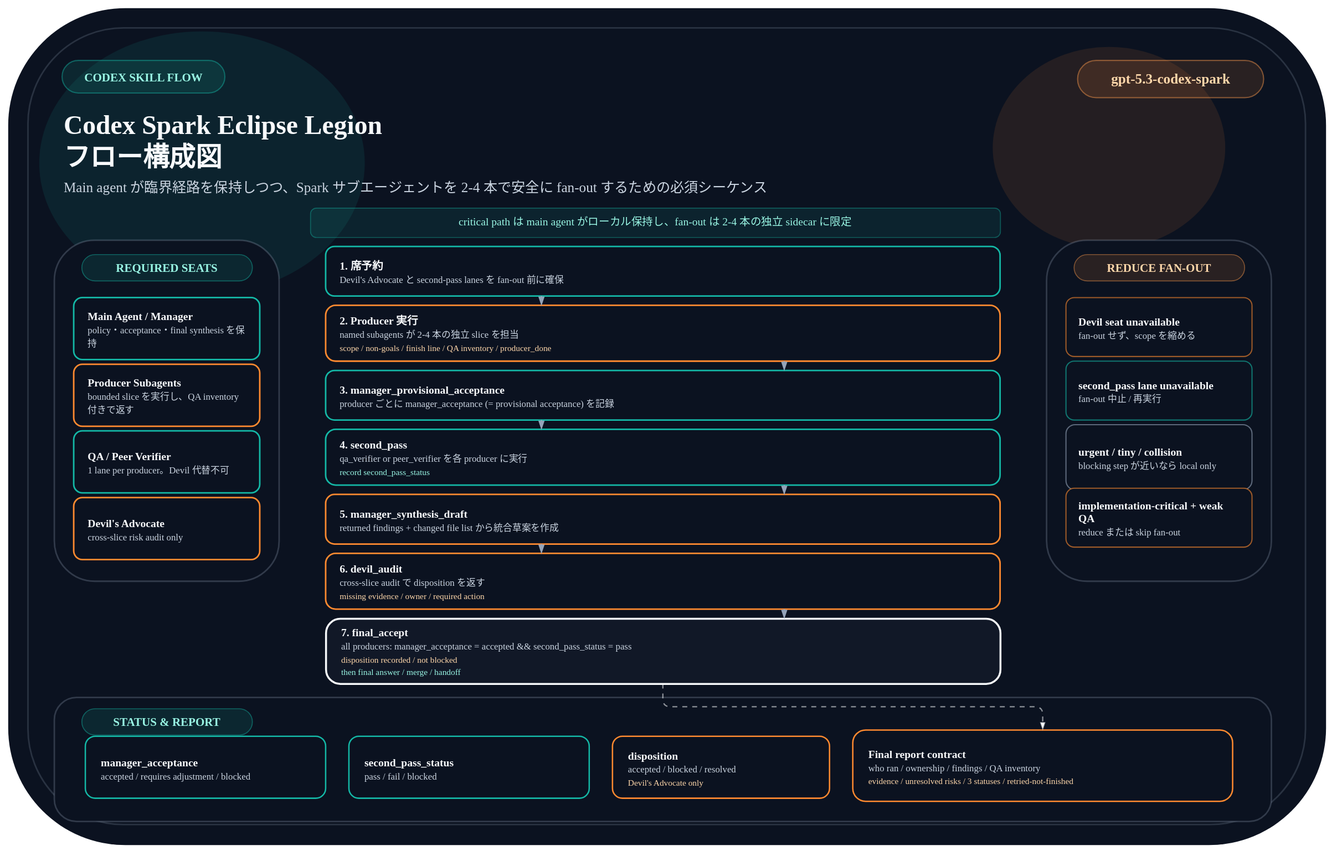
This is docs/public/legion-orchestration-flow.drawio.svg from Sunwood-ai-labs/codex-spark-eclipse-legion, a draw.io export, as it was before one commit. Source tidied: cells renumbered, new cells last; positions are measured from the earlier drawing's top-left corner, leaving out a move shared by most shapes.
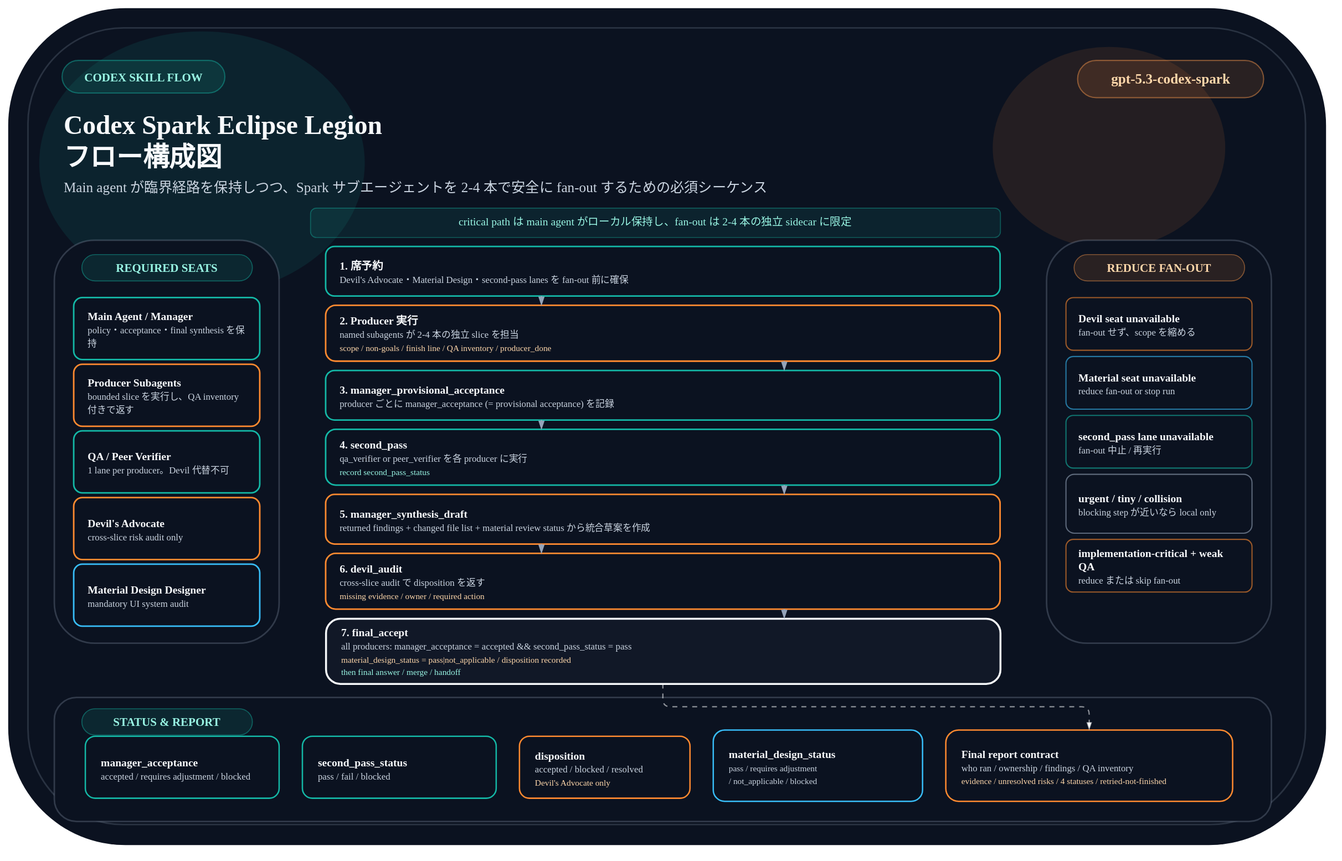
The same file after the commit.

Change to the diagram source:
```diff
@@ -30,10 +30,10 @@
       <mxGeometry x="390" y="258" width="890" height="38" as="geometry" />
     </mxCell>
     <mxCell id="11" style="rounded=1;whiteSpace=wrap;html=1;arcSize=18;fillColor=#0F1726;gradientColor=#0B1220;gradientDirection=southEast;strokeColor=#94A3B8;strokeOpacity=28;strokeWidth=2;" parent="1" vertex="1">
-      <mxGeometry x="60" y="300" width="290" height="440" as="geometry" />
+      <mxGeometry x="60" y="300" width="290" height="520" as="geometry" />
     </mxCell>
     <mxCell id="12" style="rounded=1;whiteSpace=wrap;html=1;arcSize=18;fillColor=#101827;gradientColor=#0B1220;gradientDirection=southEast;strokeColor=#94A3B8;strokeOpacity=28;strokeWidth=2;" parent="1" vertex="1">
-      <mxGeometry x="1340" y="300" width="290" height="440" as="geometry" />
+      <mxGeometry x="1340" y="300" width="290" height="520" as="geometry" />
     </mxCell>
     <mxCell id="13" style="rounded=1;whiteSpace=wrap;html=1;arcSize=18;fillColor=#0F1726;gradientColor=#0B1220;gradientDirection=southEast;strokeColor=#94A3B8;strokeOpacity=28;strokeWidth=2;" parent="1" vertex="1">
       <mxGeometry x="60" y="890" width="1570" height="160" as="geometry" />
@@ -53,22 +53,28 @@
     <mxCell id="18" value="&lt;b&gt;Devil's Advocate&lt;/b&gt;&lt;br&gt;&lt;font style='font-size:12px;color:#CBD5E1'&gt;cross-slice risk audit only&lt;/font&gt;" style="rounded=1;whiteSpace=wrap;html=1;arcSize=14;fillColor=#111827;gradientColor=#0B1220;gradientDirection=southEast;strokeColor=#FF8A30;strokeWidth=2;fontFamily=Noto Sans JP;fontSize=14;fontColor=#F8FAFC;align=left;verticalAlign=middle;spacingTop=10;spacingLeft=16;spacingRight=16;spacingBottom=6;" parent="1" vertex="1">
       <mxGeometry x="85" y="632" width="240" height="80" as="geometry" />
     </mxCell>
+    <mxCell id="43" value="&lt;b&gt;Material Design Designer&lt;/b&gt;&lt;br&gt;&lt;font style='font-size:12px;color:#CBD5E1'&gt;mandatory UI system audit&lt;/font&gt;" style="rounded=1;whiteSpace=wrap;html=1;arcSize=14;fillColor=#111827;gradientColor=#0B1220;gradientDirection=southEast;strokeColor=#38BDF8;strokeWidth=2;fontFamily=Noto Sans JP;fontSize=14;fontColor=#F8FAFC;align=left;verticalAlign=middle;spacingTop=10;spacingLeft=16;spacingRight=16;spacingBottom=6;" parent="1" vertex="1">
+      <mxGeometry x="85" y="718" width="240" height="80" as="geometry" />
+    </mxCell>
     <mxCell id="19" value="REDUCE FAN-OUT" style="rounded=1;whiteSpace=wrap;html=1;arcSize=50;fillColor=#FF8A30;fillOpacity=12;strokeColor=#FF9C4D;strokeOpacity=45;strokeWidth=1.2;align=center;verticalAlign=middle;fontSize=15;fontStyle=1;fontFamily=Space Grotesk;fontColor=#FED7AA;" parent="1" vertex="1">
       <mxGeometry x="1375" y="318" width="220" height="34" as="geometry" />
     </mxCell>
     <mxCell id="20" value="&lt;b&gt;Devil seat unavailable&lt;/b&gt;&lt;br&gt;&lt;font style='font-size:12px;color:#CBD5E1'&gt;fan-out せず、scope を縮める&lt;/font&gt;" style="rounded=1;whiteSpace=wrap;html=1;arcSize=14;fillColor=#111827;gradientColor=#0B1220;gradientDirection=southEast;strokeColor=#FF8A30;strokeOpacity=60;strokeWidth=1.5;fontFamily=Noto Sans JP;fontSize=14;fontColor=#F8FAFC;align=left;verticalAlign=middle;spacingTop=10;spacingLeft=14;spacingRight=14;spacingBottom=6;" parent="1" vertex="1">
-      <mxGeometry x="1365" y="374" width="240" height="76" as="geometry" />
+      <mxGeometry x="1365" y="374" width="240" height="68" as="geometry" />
     </mxCell>
+    <mxCell id="44" value="&lt;b&gt;Material seat unavailable&lt;/b&gt;&lt;br&gt;&lt;font style='font-size:12px;color:#CBD5E1'&gt;reduce fan-out or stop run&lt;/font&gt;" style="rounded=1;whiteSpace=wrap;html=1;arcSize=14;fillColor=#111827;gradientColor=#0B1220;gradientDirection=southEast;strokeColor=#38BDF8;strokeOpacity=60;strokeWidth=1.5;fontFamily=Noto Sans JP;fontSize=14;fontColor=#F8FAFC;align=left;verticalAlign=middle;spacingTop=10;spacingLeft=14;spacingRight=14;spacingBottom=6;" parent="1" vertex="1">
+      <mxGeometry x="1365" y="450" width="240" height="68" as="geometry" />
+    </mxCell>
     <mxCell id="21" value="&lt;b&gt;second_pass lane unavailable&lt;/b&gt;&lt;br&gt;&lt;font style='font-size:12px;color:#CBD5E1'&gt;fan-out 中止 / 再実行&lt;/font&gt;" style="rounded=1;whiteSpace=wrap;html=1;arcSize=14;fillColor=#111827;gradientColor=#0B1220;gradientDirection=southEast;strokeColor=#14B8A6;strokeOpacity=60;strokeWidth=1.5;fontFamily=Noto Sans JP;fontSize=14;fontColor=#F8FAFC;align=left;verticalAlign=middle;spacingTop=10;spacingLeft=14;spacingRight=14;spacingBottom=6;" parent="1" vertex="1">
-      <mxGeometry x="1365" y="456" width="240" height="76" as="geometry" />
+      <mxGeometry x="1365" y="526" width="240" height="68" as="geometry" />
     </mxCell>
     <mxCell id="22" value="&lt;b&gt;urgent / tiny / collision&lt;/b&gt;&lt;br&gt;&lt;font style='font-size:12px;color:#CBD5E1'&gt;blocking step が近いなら local only&lt;/font&gt;" style="rounded=1;whiteSpace=wrap;html=1;arcSize=14;fillColor=#111827;gradientColor=#0B1220;gradientDirection=southEast;strokeColor=#94A3B8;strokeOpacity=60;strokeWidth=1.5;fontFamily=Noto Sans JP;fontSize=14;fontColor=#F8FAFC;align=left;verticalAlign=middle;spacingTop=10;spacingLeft=14;spacingRight=14;spacingBottom=6;" parent="1" vertex="1">
-      <mxGeometry x="1365" y="538" width="240" height="84" as="geometry" />
+      <mxGeometry x="1365" y="602" width="240" height="76" as="geometry" />
     </mxCell>
     <mxCell id="23" value="&lt;b&gt;implementation-critical + weak QA&lt;/b&gt;&lt;br&gt;&lt;font style='font-size:12px;color:#CBD5E1'&gt;reduce または skip fan-out&lt;/font&gt;" style="rounded=1;whiteSpace=wrap;html=1;arcSize=14;fillColor=#111827;gradientColor=#0B1220;gradientDirection=southEast;strokeColor=#FF8A30;strokeOpacity=60;strokeWidth=1.5;fontFamily=Noto Sans JP;fontSize=14;fontColor=#F8FAFC;align=left;verticalAlign=middle;spacingTop=10;spacingLeft=14;spacingRight=14;spacingBottom=6;" parent="1" vertex="1">
-      <mxGeometry x="1365" y="620" width="240" height="76" as="geometry" />
+      <mxGeometry x="1365" y="686" width="240" height="68" as="geometry" />
     </mxCell>
-    <mxCell id="24" value="&lt;b&gt;1. 席予約&lt;/b&gt;&lt;br&gt;&lt;font style='font-size:12px;color:#CBD5E1'&gt;Devil's Advocate と second-pass lanes を fan-out 前に確保&lt;/font&gt;" style="rounded=1;whiteSpace=wrap;html=1;arcSize=18;fillColor=#111827;gradientColor=#0B1220;gradientDirection=southEast;strokeColor=#14B8A6;strokeWidth=2;fontFamily=Noto Sans JP;fontSize=14;fontColor=#F8FAFC;align=left;verticalAlign=middle;spacingTop=10;spacingLeft=16;spacingRight=14;spacingBottom=6;" parent="1" vertex="1">
+    <mxCell id="24" value="&lt;b&gt;1. 席予約&lt;/b&gt;&lt;br&gt;&lt;font style='font-size:12px;color:#CBD5E1'&gt;Devil's Advocate・Material Design・second-pass lanes を fan-out 前に確保&lt;/font&gt;" style="rounded=1;whiteSpace=wrap;html=1;arcSize=18;fillColor=#111827;gradientColor=#0B1220;gradientDirection=southEast;strokeColor=#14B8A6;strokeWidth=2;fontFamily=Noto Sans JP;fontSize=14;fontColor=#F8FAFC;align=left;verticalAlign=middle;spacingTop=10;spacingLeft=16;spacingRight=14;spacingBottom=6;" parent="1" vertex="1">
       <mxGeometry x="410" y="308" width="870" height="64" as="geometry" />
     </mxCell>
     <mxCell id="25" value="&lt;b&gt;2. Producer 実行&lt;/b&gt;&lt;br&gt;&lt;font style='font-size:12px;color:#CBD5E1'&gt;named subagents が 2-4 本の独立 slice を担当&lt;/font&gt;&lt;br&gt;&lt;font style='font-size:11px;color:#FED7AA'&gt;scope / non-goals / finish line / QA inventory / producer_done&lt;/font&gt;" style="rounded=1;whiteSpace=wrap;html=1;arcSize=18;fillColor=#111827;gradientColor=#0B1220;gradientDirection=southEast;strokeColor=#FF8A30;strokeWidth=2;fontFamily=Noto Sans JP;fontSize=14;fontColor=#F8FAFC;align=left;verticalAlign=middle;spacingTop=10;spacingLeft=16;spacingRight=14;spacingBottom=6;" parent="1" vertex="1">
@@ -80,29 +86,32 @@
     <mxCell id="27" value="&lt;b&gt;4. second_pass&lt;/b&gt;&lt;br&gt;&lt;font style='font-size:12px;color:#CBD5E1'&gt;qa_verifier or peer_verifier を各 producer に実行&lt;/font&gt;&lt;br&gt;&lt;font style='font-size:11px;color:#99F6E4'&gt;record second_pass_status&lt;/font&gt;" style="rounded=1;whiteSpace=wrap;html=1;arcSize=18;fillColor=#111827;gradientColor=#0B1220;gradientDirection=southEast;strokeColor=#14B8A6;strokeWidth=2;fontFamily=Noto Sans JP;fontSize=14;fontColor=#F8FAFC;align=left;verticalAlign=middle;spacingTop=10;spacingLeft=16;spacingRight=14;spacingBottom=6;" parent="1" vertex="1">
       <mxGeometry x="410" y="544" width="870" height="72" as="geometry" />
     </mxCell>
-    <mxCell id="28" value="&lt;b&gt;5. manager_synthesis_draft&lt;/b&gt;&lt;br&gt;&lt;font style='font-size:12px;color:#CBD5E1'&gt;returned findings + changed file list から統合草案を作成&lt;/font&gt;" style="rounded=1;whiteSpace=wrap;html=1;arcSize=18;fillColor=#111827;gradientColor=#0B1220;gradientDirection=southEast;strokeColor=#FF8A30;strokeWidth=2;fontFamily=Noto Sans JP;fontSize=14;fontColor=#F8FAFC;align=left;verticalAlign=middle;spacingTop=10;spacingLeft=16;spacingRight=14;spacingBottom=6;" parent="1" vertex="1">
+    <mxCell id="28" value="&lt;b&gt;5. manager_synthesis_draft&lt;/b&gt;&lt;br&gt;&lt;font style='font-size:12px;color:#CBD5E1'&gt;returned findings + changed file list + material review status から統合草案を作成&lt;/font&gt;" style="rounded=1;whiteSpace=wrap;html=1;arcSize=18;fillColor=#111827;gradientColor=#0B1220;gradientDirection=southEast;strokeColor=#FF8A30;strokeWidth=2;fontFamily=Noto Sans JP;fontSize=14;fontColor=#F8FAFC;align=left;verticalAlign=middle;spacingTop=10;spacingLeft=16;spacingRight=14;spacingBottom=6;" parent="1" vertex="1">
       <mxGeometry x="410" y="628" width="870" height="64" as="geometry" />
     </mxCell>
     <mxCell id="29" value="&lt;b&gt;6. devil_audit&lt;/b&gt;&lt;br&gt;&lt;font style='font-size:12px;color:#CBD5E1'&gt;cross-slice audit で disposition を返す&lt;/font&gt;&lt;br&gt;&lt;font style='font-size:11px;color:#FED7AA'&gt;missing evidence / owner / required action&lt;/font&gt;" style="rounded=1;whiteSpace=wrap;html=1;arcSize=18;fillColor=#111827;gradientColor=#0B1220;gradientDirection=southEast;strokeColor=#FF8A30;strokeWidth=2;fontFamily=Noto Sans JP;fontSize=14;fontColor=#F8FAFC;align=left;verticalAlign=middle;spacingTop=10;spacingLeft=16;spacingRight=14;spacingBottom=6;" parent="1" vertex="1">
       <mxGeometry x="410" y="704" width="870" height="72" as="geometry" />
     </mxCell>
-    <mxCell id="30" value="&lt;b&gt;7. final_accept&lt;/b&gt;&lt;br&gt;&lt;font style='font-size:12px;color:#CBD5E1'&gt;all producers: manager_acceptance = accepted &amp;&amp; second_pass_status = pass&lt;/font&gt;&lt;br&gt;&lt;font style='font-size:11px;color:#FED7AA'&gt;disposition recorded / not blocked&lt;/font&gt;&lt;br&gt;&lt;font style='font-size:11px;color:#99F6E4'&gt;then final answer / merge / handoff&lt;/font&gt;" style="rounded=1;whiteSpace=wrap;html=1;arcSize=22;fillColor=#0B1220;gradientColor=#111827;gradientDirection=southEast;strokeColor=#F8FAFC;strokeWidth=2.5;fontFamily=Noto Sans JP;fontSize=14;fontColor=#F8FAFC;align=left;verticalAlign=middle;spacingTop=10;spacingLeft=18;spacingRight=16;spacingBottom=6;" parent="1" vertex="1">
+    <mxCell id="30" value="&lt;b&gt;7. final_accept&lt;/b&gt;&lt;br&gt;&lt;font style='font-size:12px;color:#CBD5E1'&gt;all producers: manager_acceptance = accepted &amp;&amp; second_pass_status = pass&lt;/font&gt;&lt;br&gt;&lt;font style='font-size:11px;color:#FED7AA'&gt;material_design_status = pass|not_applicable / disposition recorded&lt;/font&gt;&lt;br&gt;&lt;font style='font-size:11px;color:#99F6E4'&gt;then final answer / merge / handoff&lt;/font&gt;" style="rounded=1;whiteSpace=wrap;html=1;arcSize=22;fillColor=#0B1220;gradientColor=#111827;gradientDirection=southEast;strokeColor=#F8FAFC;strokeWidth=2.5;fontFamily=Noto Sans JP;fontSize=14;fontColor=#F8FAFC;align=left;verticalAlign=middle;spacingTop=10;spacingLeft=18;spacingRight=16;spacingBottom=6;" parent="1" vertex="1">
       <mxGeometry x="410" y="788" width="870" height="84" as="geometry" />
     </mxCell>
     <mxCell id="31" value="STATUS &amp; REPORT" style="rounded=1;whiteSpace=wrap;html=1;arcSize=50;fillColor=#14B8A6;fillOpacity=12;strokeColor=#14B8A6;strokeOpacity=45;strokeWidth=1.2;align=center;verticalAlign=middle;fontSize=15;fontStyle=1;fontFamily=Space Grotesk;fontColor=#99F6E4;" parent="1" vertex="1">
       <mxGeometry x="95" y="904" width="220" height="34" as="geometry" />
     </mxCell>
     <mxCell id="32" value="&lt;b&gt;manager_acceptance&lt;/b&gt;&lt;br&gt;&lt;font style='font-size:12px;color:#CBD5E1'&gt;accepted / requires adjustment / blocked&lt;/font&gt;" style="rounded=1;whiteSpace=wrap;html=1;arcSize=16;fillColor=#111827;gradientColor=#0B1220;gradientDirection=southEast;strokeColor=#14B8A6;strokeWidth=1.8;fontFamily=Noto Sans JP;fontSize=14;fontColor=#F8FAFC;align=left;verticalAlign=middle;spacingTop=12;spacingLeft=18;spacingRight=16;spacingBottom=6;" parent="1" vertex="1">
-      <mxGeometry x="100" y="940" width="310" height="80" as="geometry" />
+      <mxGeometry x="100" y="940" width="250" height="80" as="geometry" />
     </mxCell>
     <mxCell id="33" value="&lt;b&gt;second_pass_status&lt;/b&gt;&lt;br&gt;&lt;font style='font-size:12px;color:#CBD5E1'&gt;pass / fail / blocked&lt;/font&gt;" style="rounded=1;whiteSpace=wrap;html=1;arcSize=16;fillColor=#111827;gradientColor=#0B1220;gradientDirection=southEast;strokeColor=#14B8A6;strokeWidth=1.8;fontFamily=Noto Sans JP;fontSize=14;fontColor=#F8FAFC;align=left;verticalAlign=middle;spacingTop=12;spacingLeft=18;spacingRight=16;spacingBottom=6;" parent="1" vertex="1">
-      <mxGeometry x="440" y="940" width="310" height="80" as="geometry" />
+      <mxGeometry x="380" y="940" width="250" height="80" as="geometry" />
     </mxCell>
     <mxCell id="34" value="&lt;b&gt;disposition&lt;/b&gt;&lt;br&gt;&lt;font style='font-size:12px;color:#CBD5E1'&gt;accepted / blocked / resolved&lt;/font&gt;&lt;br&gt;&lt;font style='font-size:11px;color:#FED7AA'&gt;Devil's Advocate only&lt;/font&gt;" style="rounded=1;whiteSpace=wrap;html=1;arcSize=16;fillColor=#111827;gradientColor=#0B1220;gradientDirection=southEast;strokeColor=#FF8A30;strokeWidth=1.8;fontFamily=Noto Sans JP;fontSize=14;fontColor=#F8FAFC;align=left;verticalAlign=middle;spacingTop=12;spacingLeft=18;spacingRight=16;spacingBottom=6;" parent="1" vertex="1">
-      <mxGeometry x="780" y="940" width="280" height="80" as="geometry" />
+      <mxGeometry x="660" y="940" width="220" height="80" as="geometry" />
     </mxCell>
+    <mxCell id="45" value="&lt;b&gt;material_design_status&lt;/b&gt;&lt;br&gt;&lt;font style='font-size:11px;color:#CBD5E1'&gt;pass / requires adjustment&lt;br&gt;/ not_applicable / blocked&lt;/font&gt;" style="rounded=1;whiteSpace=wrap;html=1;arcSize=16;fillColor=#111827;gradientColor=#0B1220;gradientDirection=southEast;strokeColor=#38BDF8;strokeWidth=1.8;fontFamily=Noto Sans JP;fontSize=14;fontColor=#F8FAFC;align=left;verticalAlign=middle;spacingTop=12;spacingLeft=18;spacingRight=16;spacingBottom=6;" parent="1" vertex="1">
+      <mxGeometry x="910" y="932" width="270" height="92" as="geometry" />
+    </mxCell>
-    <mxCell id="35" value="&lt;b&gt;Final report contract&lt;/b&gt;&lt;br&gt;&lt;font style='font-size:12px;color:#CBD5E1'&gt;who ran / ownership / findings / QA inventory&lt;/font&gt;&lt;br&gt;&lt;font style='font-size:11px;color:#FED7AA'&gt;evidence / unresolved risks / 3 statuses / retried-not-finished&lt;/font&gt;" style="rounded=1;whiteSpace=wrap;html=1;arcSize=18;fillColor=#111827;gradientColor=#0B1220;gradientDirection=southEast;strokeColor=#FF8A30;strokeWidth=1.8;fontFamily=Noto Sans JP;fontSize=14;fontColor=#F8FAFC;align=left;verticalAlign=middle;spacingTop=12;spacingLeft=18;spacingRight=16;spacingBottom=6;" parent="1" vertex="1">
-      <mxGeometry x="1090" y="932" width="490" height="92" as="geometry" />
+    <mxCell id="35" value="&lt;b&gt;Final report contract&lt;/b&gt;&lt;br&gt;&lt;font style='font-size:12px;color:#CBD5E1'&gt;who ran / ownership / findings / QA inventory&lt;/font&gt;&lt;br&gt;&lt;font style='font-size:11px;color:#FED7AA'&gt;evidence / unresolved risks / 4 statuses / retried-not-finished&lt;/font&gt;" style="rounded=1;whiteSpace=wrap;html=1;arcSize=18;fillColor=#111827;gradientColor=#0B1220;gradientDirection=southEast;strokeColor=#FF8A30;strokeWidth=1.8;fontFamily=Noto Sans JP;fontSize=14;fontColor=#F8FAFC;align=left;verticalAlign=middle;spacingTop=12;spacingLeft=18;spacingRight=16;spacingBottom=6;" parent="1" vertex="1">
+      <mxGeometry x="1210" y="932" width="370" height="92" as="geometry" />
     </mxCell>
     <mxCell id="36" style="edgeStyle=orthogonalEdgeStyle;rounded=1;jettySize=auto;html=1;exitX=0.32;exitY=1;exitPerimeter=1;entryX=0.32;entryY=0;entryPerimeter=1;strokeColor=#94A3B8;strokeWidth=2;endArrow=blockThin;endFill=1;" parent="1" edge="1" source="24" target="25">
       <mxGeometry relative="1" as="geometry" />
```
